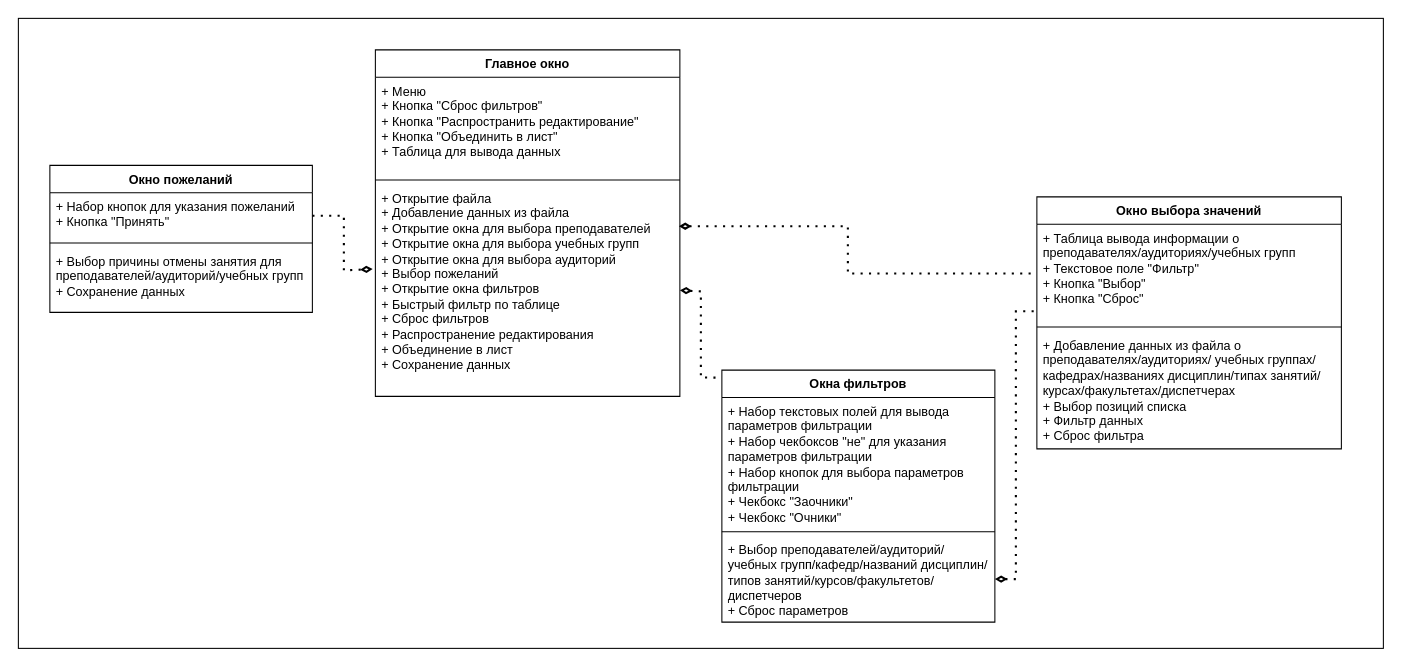
YuliaMikheiko/Diplom keeps this draw.io diagram as Документация/Схемы/Диаграмма интерфейсных классов.drawio. Above is the earlier version. Source tidied: cells renumbered, new cells numbered last; positions are measured from the earlier drawing's top-left corner, leaving out a move shared by most shapes. Both pictures are drawn from the tidied source at 105%, with x=0, y=0 at pixel (18, 18).
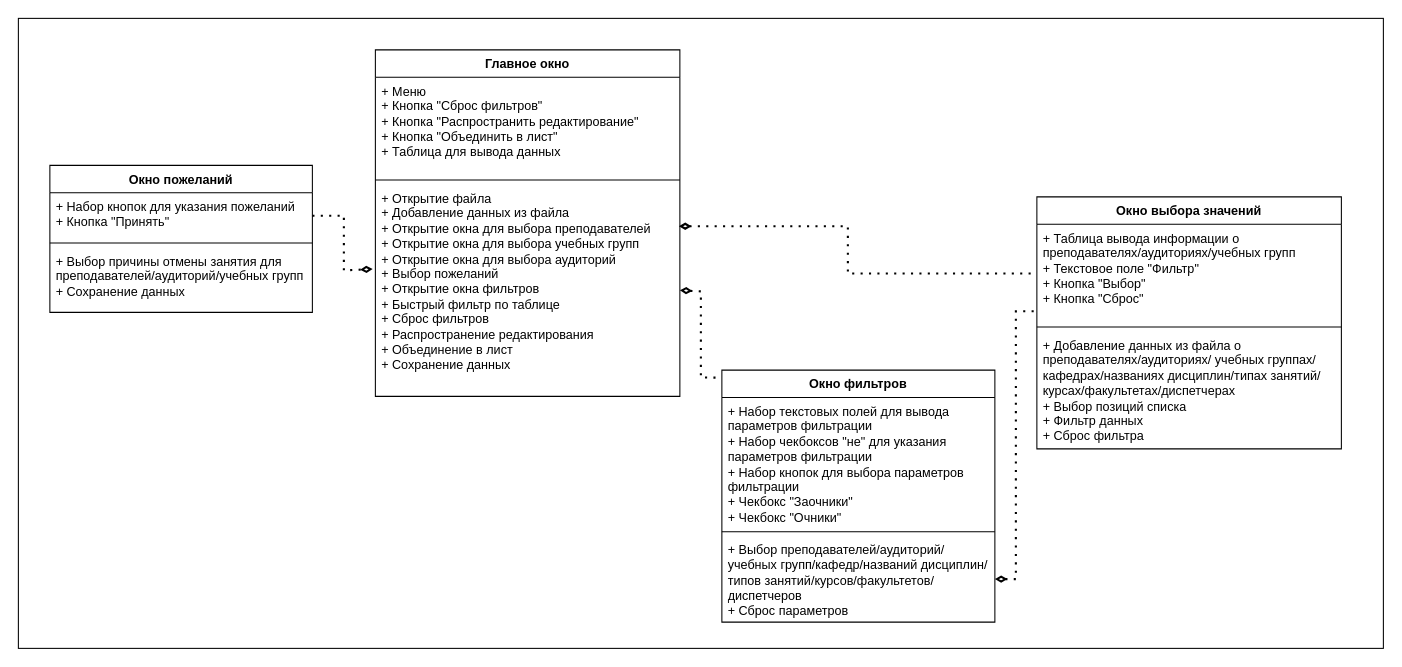
The same diagram, later.

Diff of the diagram source:
```diff
@@
-    <mxCell id="7" value="Окна фильтров" style="swimlane;fontStyle=1;align=center;verticalAlign=top;horizontal=1;startSize=26;whiteSpace=wrap;html=1;" parent="1" vertex="1">
+    <mxCell id="7" value="Окно фильтров" style="swimlane;fontStyle=1;align=center;verticalAlign=top;horizontal=1;startSize=26;whiteSpace=wrap;html=1;" parent="1" vertex="1">
       <mxGeometry x="670" y="335" width="260" height="240" as="geometry" />
     </mxCell>
```
